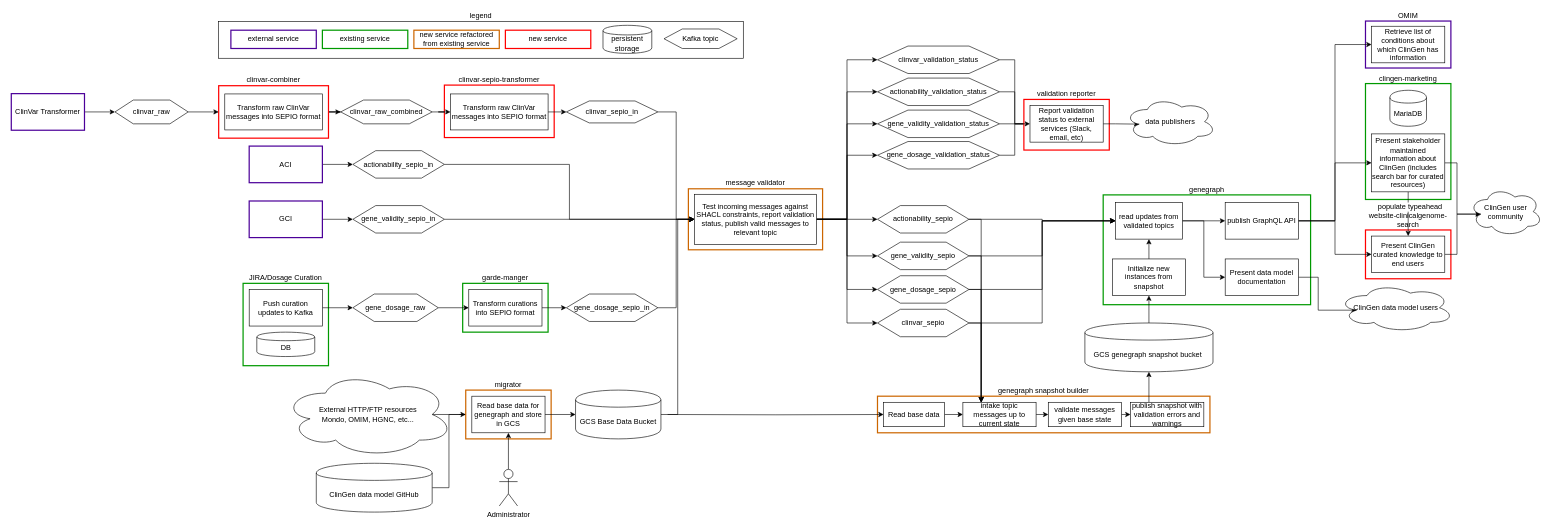
The draw.io diagram page "future" (2 of 3) of B/G ClinGen Architecture.drawio in clingen-data-model/architecture, before the edit. Source tidied: cells renumbered, new cells numbered last; positions are measured from the earlier drawing's top-left corner, leaving out a move shared by most shapes. Both pictures are drawn from the tidied source at 61%, with x=0, y=0 at pixel (11, 21).
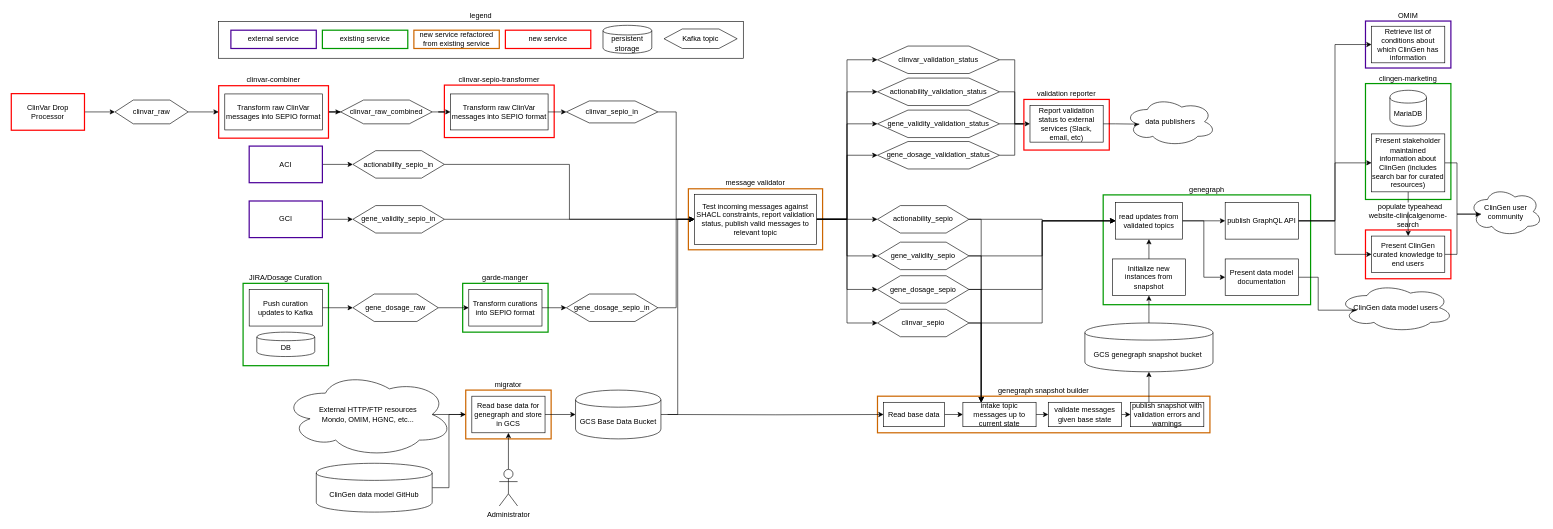
The same diagram, later.

The edit, as a diff of the source:
```diff
@@
-    <mxCell id="73" value="ClinVar Transformer" style="rounded=0;whiteSpace=wrap;html=1;strokeColor=#4C0099;strokeWidth=2;" parent="1" vertex="1">
+    <mxCell id="73" value="ClinVar Drop Processor" style="rounded=0;whiteSpace=wrap;html=1;strokeColor=#FF0000;strokeWidth=2;" parent="1" vertex="1">
       <mxGeometry y="119" width="120" height="60" as="geometry" />
     </mxCell>
```
